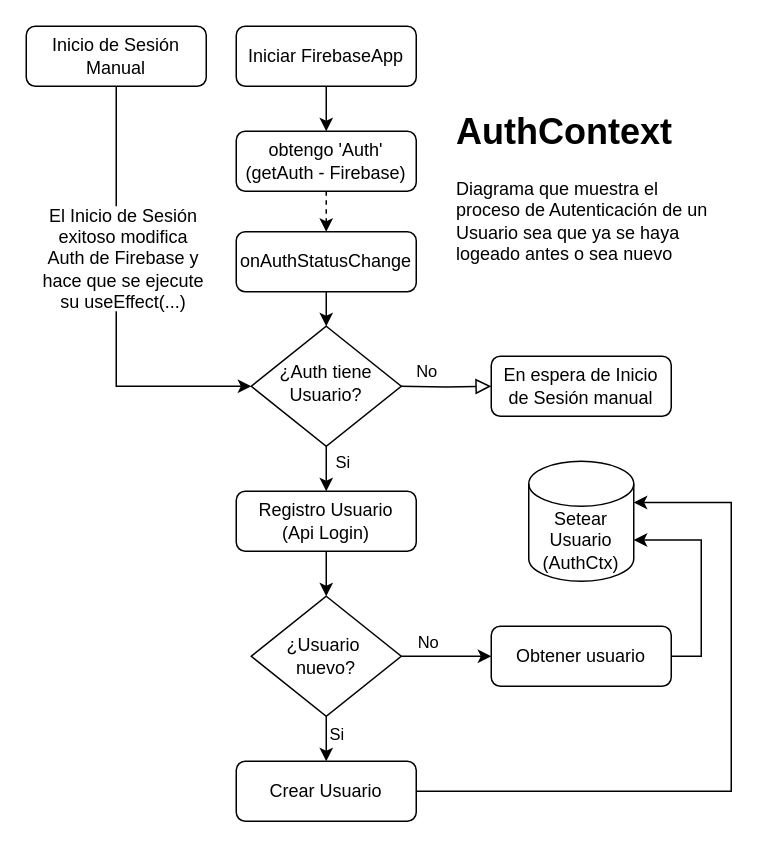
The draw.io diagram Auth Process.drawio in ariel0000/bar-app-diagrams, before the edit. Source tidied: cells renumbered, new cells numbered last; positions are measured from the earlier drawing's top-left corner, leaving out a move shared by most shapes. Both pictures are drawn from the tidied source at 150%, with x=0, y=0 at pixel (26, 26).
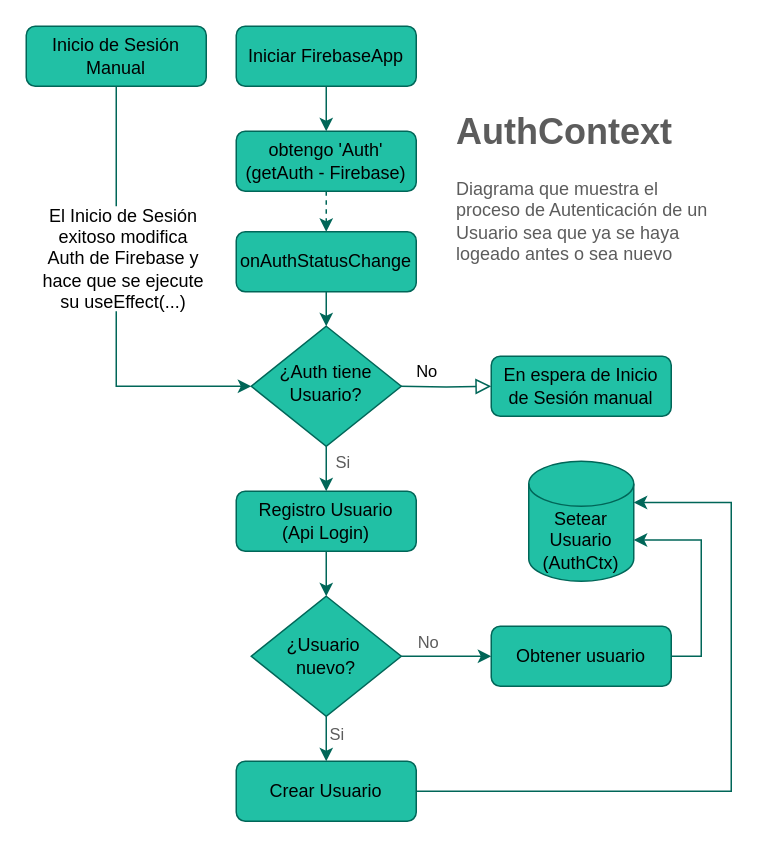
The same page after the edit.

What changed in the source:
```diff
@@
-    <mxCell id="2" style="edgeStyle=orthogonalEdgeStyle;rounded=0;jettySize=auto;html=1;exitX=0.5;exitY=1;exitDx=0;exitDy=0;entryX=0;entryY=0.5;entryDx=0;entryDy=0;" parent="1" edge="1" source="23" target="8">
+    <mxCell id="2" style="edgeStyle=orthogonalEdgeStyle;rounded=0;jettySize=auto;html=1;exitX=0.5;exitY=1;exitDx=0;exitDy=0;entryX=0;entryY=0.5;entryDx=0;entryDy=0;labelBackgroundColor=none;strokeColor=#006658;fontColor=default;" parent="1" edge="1" source="23" target="8">
       <mxGeometry relative="1" as="geometry" />
     </mxCell>
-    <mxCell id="3" style="edgeStyle=orthogonalEdgeStyle;rounded=0;jettySize=auto;html=1;exitX=0.5;exitY=1;exitDx=0;exitDy=0;entryX=0.5;entryY=0;entryDx=0;entryDy=0;" parent="1" edge="1" source="4" target="12">
+    <mxCell id="3" style="edgeStyle=orthogonalEdgeStyle;rounded=0;jettySize=auto;html=1;exitX=0.5;exitY=1;exitDx=0;exitDy=0;entryX=0.5;entryY=0;entryDx=0;entryDy=0;labelBackgroundColor=none;strokeColor=#006658;fontColor=default;" parent="1" edge="1" source="4" target="12">
       <mxGeometry relative="1" as="geometry" />
     </mxCell>
-    <mxCell id="4" value="Iniciar FirebaseApp" style="rounded=1;whiteSpace=wrap;html=1;fontSize=12;glass=0;strokeWidth=1;shadow=0;" parent="1" vertex="1">
+    <mxCell id="4" value="Iniciar FirebaseApp" style="rounded=1;whiteSpace=wrap;html=1;fontSize=12;glass=0;strokeWidth=1;shadow=0;labelBackgroundColor=none;fillColor=#21C0A5;strokeColor=#006658;fontColor=default;" parent="1" vertex="1">
       <mxGeometry x="140" width="120" height="40" as="geometry" />
     </mxCell>
-    <mxCell id="5" value="No" style="edgeStyle=orthogonalEdgeStyle;rounded=0;html=1;jettySize=auto;fontSize=11;endArrow=block;endFill=0;endSize=8;strokeWidth=1;shadow=0;labelBackgroundColor=none;entryX=0;entryY=0.5;entryDx=0;entryDy=0;" parent="1" edge="1" target="9">
+    <mxCell id="5" value="No" style="edgeStyle=orthogonalEdgeStyle;rounded=0;html=1;jettySize=auto;fontSize=11;endArrow=block;endFill=0;endSize=8;strokeWidth=1;shadow=0;labelBackgroundColor=none;entryX=0;entryY=0.5;entryDx=0;entryDy=0;strokeColor=#006658;fontColor=default;" parent="1" edge="1" target="9">
       <mxGeometry x="-0.4" y="10" relative="1" as="geometry">
         <mxPoint x="249" y="240" as="sourcePoint" />
       </mxGeometry>
     </mxCell>
-    <mxCell id="6" style="edgeStyle=orthogonalEdgeStyle;rounded=0;jettySize=auto;html=1;exitX=0.5;exitY=1;exitDx=0;exitDy=0;entryX=0.5;entryY=0;entryDx=0;entryDy=0;" parent="1" edge="1" source="8" target="14">
+    <mxCell id="6" style="edgeStyle=orthogonalEdgeStyle;rounded=0;jettySize=auto;html=1;exitX=0.5;exitY=1;exitDx=0;exitDy=0;entryX=0.5;entryY=0;entryDx=0;entryDy=0;labelBackgroundColor=none;strokeColor=#006658;fontColor=default;" parent="1" edge="1" source="8" target="14">
       <mxGeometry relative="1" as="geometry" />
     </mxCell>
-    <mxCell id="7" value="Si" style="edgeLabel;html=1;align=center;verticalAlign=middle;" parent="6" vertex="1">
+    <mxCell id="7" value="Si" style="edgeLabel;html=1;align=center;verticalAlign=middle;labelBackgroundColor=none;fontColor=#5C5C5C;" parent="6" vertex="1">
       <mxGeometry x="-0.36" y="4" relative="1" as="geometry">
         <mxPoint x="6" as="offset" />
       </mxGeometry>
     </mxCell>
-    <mxCell id="8" value="¿Auth tiene Usuario?" style="rhombus;whiteSpace=wrap;html=1;shadow=0;fontFamily=Helvetica;fontSize=12;align=center;strokeWidth=1;spacing=6;spacingTop=-4;" parent="1" vertex="1">
+    <mxCell id="8" value="¿Auth tiene Usuario?" style="rhombus;whiteSpace=wrap;html=1;shadow=0;fontFamily=Helvetica;fontSize=12;align=center;strokeWidth=1;spacing=6;spacingTop=-4;labelBackgroundColor=none;fillColor=#21C0A5;strokeColor=#006658;fontColor=default;" parent="1" vertex="1">
       <mxGeometry x="150" y="200" width="100" height="80" as="geometry" />
     </mxCell>
-    <mxCell id="9" value="En espera de Inicio de Sesión manual" style="rounded=1;whiteSpace=wrap;html=1;fontSize=12;glass=0;strokeWidth=1;shadow=0;" parent="1" vertex="1">
+    <mxCell id="9" value="En espera de Inicio de Sesión manual" style="rounded=1;whiteSpace=wrap;html=1;fontSize=12;glass=0;strokeWidth=1;shadow=0;labelBackgroundColor=none;fillColor=#21C0A5;strokeColor=#006658;fontColor=default;" parent="1" vertex="1">
       <mxGeometry x="310" y="220" width="120" height="40" as="geometry" />
     </mxCell>
-    <mxCell id="10" value="&lt;h1 style=&quot;margin-top: 0px;&quot;&gt;AuthContext&lt;/h1&gt;&lt;p&gt;Diagrama que muestra el proceso de Autenticación de un Usuario sea que ya se haya logeado antes o sea nuevo&lt;/p&gt;" style="text;html=1;whiteSpace=wrap;overflow=hidden;rounded=0;" parent="1" vertex="1">
+    <mxCell id="10" value="&lt;h1 style=&quot;margin-top: 0px;&quot;&gt;AuthContext&lt;/h1&gt;&lt;p&gt;Diagrama que muestra el proceso de Autenticación de un Usuario sea que ya se haya logeado antes o sea nuevo&lt;/p&gt;" style="text;html=1;whiteSpace=wrap;overflow=hidden;rounded=0;labelBackgroundColor=none;fontColor=#5C5C5C;" parent="1" vertex="1">
       <mxGeometry x="285" y="50" width="180" height="120" as="geometry" />
     </mxCell>
-    <mxCell id="11" style="edgeStyle=orthogonalEdgeStyle;rounded=0;jettySize=auto;html=1;exitX=0.5;exitY=1;exitDx=0;exitDy=0;entryX=0.5;entryY=0;entryDx=0;entryDy=0;dashed=1;" parent="1" edge="1" source="12" target="26">
+    <mxCell id="11" style="edgeStyle=orthogonalEdgeStyle;rounded=0;jettySize=auto;html=1;exitX=0.5;exitY=1;exitDx=0;exitDy=0;entryX=0.5;entryY=0;entryDx=0;entryDy=0;dashed=1;labelBackgroundColor=none;strokeColor=#006658;fontColor=default;" parent="1" edge="1" source="12" target="26">
       <mxGeometry relative="1" as="geometry" />
     </mxCell>
-    <mxCell id="12" value="obtengo 'Auth' (getAuth - Firebase)" style="rounded=1;whiteSpace=wrap;html=1;fontSize=12;glass=0;strokeWidth=1;shadow=0;" parent="1" vertex="1">
+    <mxCell id="12" value="obtengo 'Auth' (getAuth - Firebase)" style="rounded=1;whiteSpace=wrap;html=1;fontSize=12;glass=0;strokeWidth=1;shadow=0;labelBackgroundColor=none;fillColor=#21C0A5;strokeColor=#006658;fontColor=default;" parent="1" vertex="1">
       <mxGeometry x="140" y="70" width="120" height="40" as="geometry" />
     </mxCell>
-    <mxCell id="13" style="edgeStyle=orthogonalEdgeStyle;rounded=0;jettySize=auto;html=1;exitX=0.5;exitY=1;exitDx=0;exitDy=0;entryX=0.5;entryY=0;entryDx=0;entryDy=0;" parent="1" edge="1" source="14" target="19">
+    <mxCell id="13" style="edgeStyle=orthogonalEdgeStyle;rounded=0;jettySize=auto;html=1;exitX=0.5;exitY=1;exitDx=0;exitDy=0;entryX=0.5;entryY=0;entryDx=0;entryDy=0;labelBackgroundColor=none;strokeColor=#006658;fontColor=default;" parent="1" edge="1" source="14" target="19">
       <mxGeometry relative="1" as="geometry" />
     </mxCell>
-    <mxCell id="14" value="Registro Usuario&lt;div&gt;(Api Login)&lt;/div&gt;" style="rounded=1;whiteSpace=wrap;html=1;fontSize=12;glass=0;strokeWidth=1;shadow=0;" parent="1" vertex="1">
+    <mxCell id="14" value="Registro Usuario&lt;div&gt;(Api Login)&lt;/div&gt;" style="rounded=1;whiteSpace=wrap;html=1;fontSize=12;glass=0;strokeWidth=1;shadow=0;labelBackgroundColor=none;fillColor=#21C0A5;strokeColor=#006658;fontColor=default;" parent="1" vertex="1">
       <mxGeometry x="140" y="310" width="120" height="40" as="geometry" />
     </mxCell>
-    <mxCell id="15" style="edgeStyle=orthogonalEdgeStyle;rounded=0;jettySize=auto;html=1;exitX=0.5;exitY=1;exitDx=0;exitDy=0;entryX=0.5;entryY=0;entryDx=0;entryDy=0;" parent="1" edge="1" source="19" target="20">
+    <mxCell id="15" style="edgeStyle=orthogonalEdgeStyle;rounded=0;jettySize=auto;html=1;exitX=0.5;exitY=1;exitDx=0;exitDy=0;entryX=0.5;entryY=0;entryDx=0;entryDy=0;labelBackgroundColor=none;strokeColor=#006658;fontColor=default;" parent="1" edge="1" source="19" target="20">
       <mxGeometry relative="1" as="geometry" />
     </mxCell>
-    <mxCell id="16" value="Si" style="edgeLabel;html=1;align=center;verticalAlign=middle;" parent="15" vertex="1">
+    <mxCell id="16" value="Si" style="edgeLabel;html=1;align=center;verticalAlign=middle;labelBackgroundColor=none;fontColor=#5C5C5C;" parent="15" vertex="1">
       <mxGeometry x="-0.18" y="-3" relative="1" as="geometry">
         <mxPoint x="9" y="-1" as="offset" />
       </mxGeometry>
     </mxCell>
-    <mxCell id="17" style="edgeStyle=orthogonalEdgeStyle;rounded=0;jettySize=auto;html=1;exitX=1;exitY=0.5;exitDx=0;exitDy=0;entryX=0;entryY=0.5;entryDx=0;entryDy=0;" parent="1" edge="1" source="19" target="21">
+    <mxCell id="17" style="edgeStyle=orthogonalEdgeStyle;rounded=0;jettySize=auto;html=1;exitX=1;exitY=0.5;exitDx=0;exitDy=0;entryX=0;entryY=0.5;entryDx=0;entryDy=0;labelBackgroundColor=none;strokeColor=#006658;fontColor=default;" parent="1" edge="1" source="19" target="21">
       <mxGeometry relative="1" as="geometry" />
     </mxCell>
-    <mxCell id="18" value="No" style="edgeLabel;html=1;align=center;verticalAlign=middle;" parent="17" vertex="1">
+    <mxCell id="18" value="No" style="edgeLabel;html=1;align=center;verticalAlign=middle;labelBackgroundColor=none;fontColor=#5C5C5C;" parent="17" vertex="1">
       <mxGeometry x="-0.44" y="4" relative="1" as="geometry">
         <mxPoint y="-6" as="offset" />
       </mxGeometry>
     </mxCell>
-    <mxCell id="19" value="¿Usuario&amp;nbsp;&lt;div&gt;nuevo?&lt;/div&gt;" style="rhombus;whiteSpace=wrap;html=1;" parent="1" vertex="1">
+    <mxCell id="19" value="¿Usuario&amp;nbsp;&lt;div&gt;nuevo?&lt;/div&gt;" style="rhombus;whiteSpace=wrap;html=1;labelBackgroundColor=none;fillColor=#21C0A5;strokeColor=#006658;fontColor=default;" parent="1" vertex="1">
       <mxGeometry x="150" y="380" width="100" height="80" as="geometry" />
     </mxCell>
-    <mxCell id="20" value="Crear Usuario" style="rounded=1;whiteSpace=wrap;html=1;fontSize=12;glass=0;strokeWidth=1;shadow=0;" parent="1" vertex="1">
+    <mxCell id="20" value="Crear Usuario" style="rounded=1;whiteSpace=wrap;html=1;fontSize=12;glass=0;strokeWidth=1;shadow=0;labelBackgroundColor=none;fillColor=#21C0A5;strokeColor=#006658;fontColor=default;" parent="1" vertex="1">
       <mxGeometry x="140" y="490" width="120" height="40" as="geometry" />
     </mxCell>
-    <mxCell id="21" value="Obtener usuario" style="rounded=1;whiteSpace=wrap;html=1;fontSize=12;glass=0;strokeWidth=1;shadow=0;" parent="1" vertex="1">
+    <mxCell id="21" value="Obtener usuario" style="rounded=1;whiteSpace=wrap;html=1;fontSize=12;glass=0;strokeWidth=1;shadow=0;labelBackgroundColor=none;fillColor=#21C0A5;strokeColor=#006658;fontColor=default;" parent="1" vertex="1">
       <mxGeometry x="310" y="400" width="120" height="40" as="geometry" />
     </mxCell>
-    <mxCell id="22" value="Setear Usuario&lt;div&gt;(AuthCtx)&lt;/div&gt;" style="shape=cylinder3;whiteSpace=wrap;html=1;boundedLbl=1;backgroundOutline=1;size=15;" parent="1" vertex="1">
+    <mxCell id="22" value="Setear Usuario&lt;div&gt;(AuthCtx)&lt;/div&gt;" style="shape=cylinder3;whiteSpace=wrap;html=1;boundedLbl=1;backgroundOutline=1;size=15;labelBackgroundColor=none;fillColor=#21C0A5;strokeColor=#006658;fontColor=default;" parent="1" vertex="1">
       <mxGeometry x="335" y="290" width="70" height="80" as="geometry" />
     </mxCell>
-    <mxCell id="23" value="Inicio de Sesión Manual" style="rounded=1;whiteSpace=wrap;html=1;fontSize=12;glass=0;strokeWidth=1;shadow=0;" parent="1" vertex="1">
+    <mxCell id="23" value="Inicio de Sesión Manual" style="rounded=1;whiteSpace=wrap;html=1;fontSize=12;glass=0;strokeWidth=1;shadow=0;labelBackgroundColor=none;fillColor=#21C0A5;strokeColor=#006658;fontColor=default;" parent="1" vertex="1">
       <mxGeometry width="120" height="40" as="geometry" />
     </mxCell>
-    <mxCell id="24" value="El Inicio de Sesión exitoso modifica Auth de Firebase y hace que se ejecute su useEffect(...)" style="text;html=1;align=center;verticalAlign=middle;whiteSpace=wrap;rounded=0;fillColor=default;" parent="1" vertex="1">
+    <mxCell id="24" value="El Inicio de Sesión exitoso modifica Auth de Firebase y hace que se ejecute su useEffect(...)" style="text;html=1;align=center;verticalAlign=middle;whiteSpace=wrap;rounded=0;labelBackgroundColor=none;fillColor=default;" parent="1" vertex="1">
       <mxGeometry x="10" y="120" width="110" height="70" as="geometry" />
     </mxCell>
-    <mxCell id="25" style="edgeStyle=orthogonalEdgeStyle;rounded=0;jettySize=auto;html=1;exitX=0.5;exitY=1;exitDx=0;exitDy=0;entryX=0.5;entryY=0;entryDx=0;entryDy=0;" parent="1" edge="1" source="26" target="8">
+    <mxCell id="25" style="edgeStyle=orthogonalEdgeStyle;rounded=0;jettySize=auto;html=1;exitX=0.5;exitY=1;exitDx=0;exitDy=0;entryX=0.5;entryY=0;entryDx=0;entryDy=0;labelBackgroundColor=none;strokeColor=#006658;fontColor=default;" parent="1" edge="1" source="26" target="8">
       <mxGeometry relative="1" as="geometry" />
     </mxCell>
-    <mxCell id="26" value="onAuthStatusChange" style="rounded=1;whiteSpace=wrap;html=1;fontSize=12;glass=0;strokeWidth=1;shadow=0;" parent="1" vertex="1">
+    <mxCell id="26" value="onAuthStatusChange" style="rounded=1;whiteSpace=wrap;html=1;fontSize=12;glass=0;strokeWidth=1;shadow=0;labelBackgroundColor=none;fillColor=#21C0A5;strokeColor=#006658;fontColor=default;" parent="1" vertex="1">
       <mxGeometry x="140" y="137" width="120" height="40" as="geometry" />
     </mxCell>
-    <mxCell id="27" style="edgeStyle=orthogonalEdgeStyle;rounded=0;jettySize=auto;html=1;exitX=1;exitY=0.5;exitDx=0;exitDy=0;entryX=1;entryY=0;entryDx=0;entryDy=52.5;entryPerimeter=0;" parent="1" edge="1" source="21" target="22">
+    <mxCell id="27" style="edgeStyle=orthogonalEdgeStyle;rounded=0;jettySize=auto;html=1;exitX=1;exitY=0.5;exitDx=0;exitDy=0;entryX=1;entryY=0;entryDx=0;entryDy=52.5;entryPerimeter=0;labelBackgroundColor=none;strokeColor=#006658;fontColor=default;" parent="1" edge="1" source="21" target="22">
       <mxGeometry relative="1" as="geometry" />
     </mxCell>
-    <mxCell id="28" style="edgeStyle=orthogonalEdgeStyle;rounded=0;jettySize=auto;html=1;exitX=1;exitY=0.5;exitDx=0;exitDy=0;entryX=1;entryY=0;entryDx=0;entryDy=27.5;entryPerimeter=0;" parent="1" edge="1" source="20" target="22">
+    <mxCell id="28" style="edgeStyle=orthogonalEdgeStyle;rounded=0;jettySize=auto;html=1;exitX=1;exitY=0.5;exitDx=0;exitDy=0;entryX=1;entryY=0;entryDx=0;entryDy=27.5;entryPerimeter=0;labelBackgroundColor=none;strokeColor=#006658;fontColor=default;" parent="1" edge="1" source="20" target="22">
       <mxGeometry relative="1" as="geometry">
         <Array as="points">
           <mxPoint x="470" y="510" />
           <mxPoint x="470" y="318" />
         </Array>
       </mxGeometry>
     </mxCell>
```
